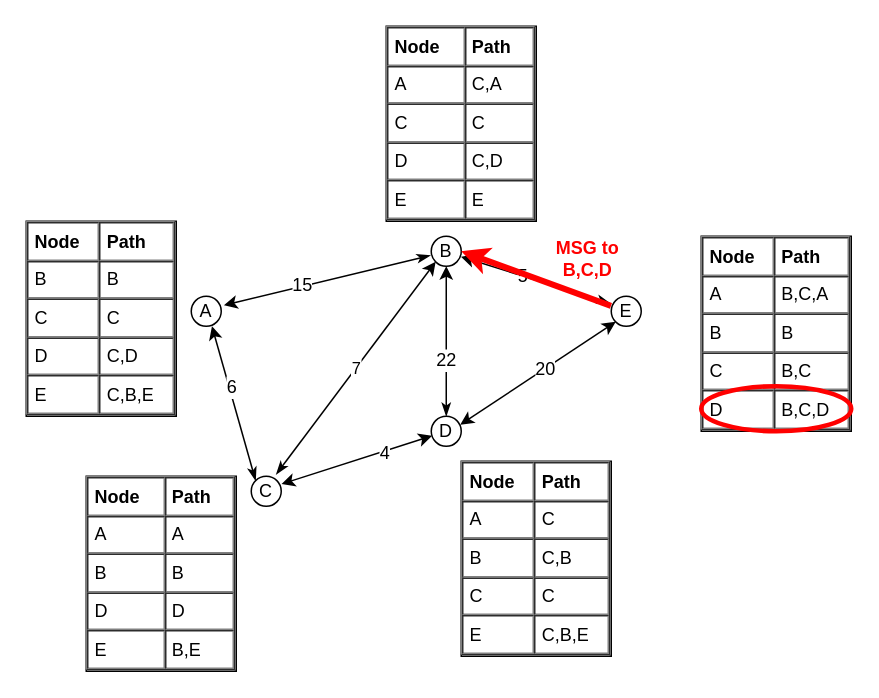
Earlier version of the draw.io diagram img/LS_routing_msg1.drawio (mngr0/wireless_presentation). Source tidied: cells renumbered, new cells numbered last; positions are measured from the earlier drawing's top-left corner, leaving out a move shared by most shapes. Both pictures are drawn from the tidied source at 150%, with x=0, y=0 at pixel (26, 26).
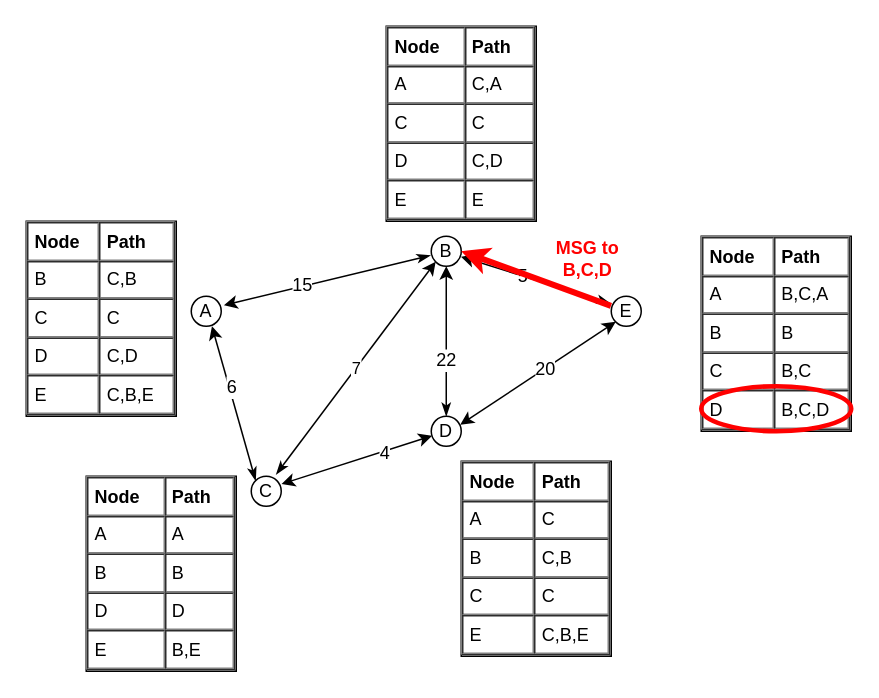
The same page after the edit.

Change to the diagram source:
```diff
@@
-    <mxCell id="23" value="&lt;table style=&quot;font-size: 1em ; width: 100% ; height: 100%&quot; cellspacing=&quot;0&quot; cellpadding=&quot;4&quot; border=&quot;1&quot;&gt;&lt;tbody&gt;&lt;tr&gt;&lt;th&gt;Node&lt;br&gt;&lt;/th&gt;&lt;th&gt;Path&lt;/th&gt;&lt;/tr&gt;&lt;tr&gt;&lt;td&gt;B&lt;br&gt;&lt;/td&gt;&lt;td&gt;B&lt;br&gt;&lt;/td&gt;&lt;/tr&gt;&lt;tr&gt;&lt;td&gt;C&lt;br&gt;&lt;/td&gt;&lt;td&gt;C&lt;br&gt;&lt;/td&gt;&lt;/tr&gt;&lt;tr&gt;&lt;td&gt;D&lt;br&gt;&lt;/td&gt;&lt;td&gt;C,D&lt;br&gt;&lt;/td&gt;&lt;/tr&gt;&lt;tr&gt;&lt;td&gt;E&lt;/td&gt;&lt;td&gt;C,B,E&lt;/td&gt;&lt;/tr&gt;&lt;/tbody&gt;&lt;/table&gt; " style="verticalAlign=top;align=left;overflow=fill;fontSize=12;fontFamily=Helvetica;html=1;" parent="1" vertex="1">
+    <mxCell id="23" value="&lt;table style=&quot;font-size: 1em ; width: 100% ; height: 100%&quot; cellspacing=&quot;0&quot; cellpadding=&quot;4&quot; border=&quot;1&quot;&gt;&lt;tbody&gt;&lt;tr&gt;&lt;th&gt;Node&lt;br&gt;&lt;/th&gt;&lt;th&gt;Path&lt;/th&gt;&lt;/tr&gt;&lt;tr&gt;&lt;td&gt;B&lt;br&gt;&lt;/td&gt;&lt;td&gt;C,B&lt;br&gt;&lt;/td&gt;&lt;/tr&gt;&lt;tr&gt;&lt;td&gt;C&lt;br&gt;&lt;/td&gt;&lt;td&gt;C&lt;br&gt;&lt;/td&gt;&lt;/tr&gt;&lt;tr&gt;&lt;td&gt;D&lt;br&gt;&lt;/td&gt;&lt;td&gt;C,D&lt;br&gt;&lt;/td&gt;&lt;/tr&gt;&lt;tr&gt;&lt;td&gt;E&lt;/td&gt;&lt;td&gt;C,B,E&lt;/td&gt;&lt;/tr&gt;&lt;/tbody&gt;&lt;/table&gt; " style="verticalAlign=top;align=left;overflow=fill;fontSize=12;fontFamily=Helvetica;html=1;" parent="1" vertex="1">
       <mxGeometry y="130" width="100" height="130" as="geometry" />
     </mxCell>
```
